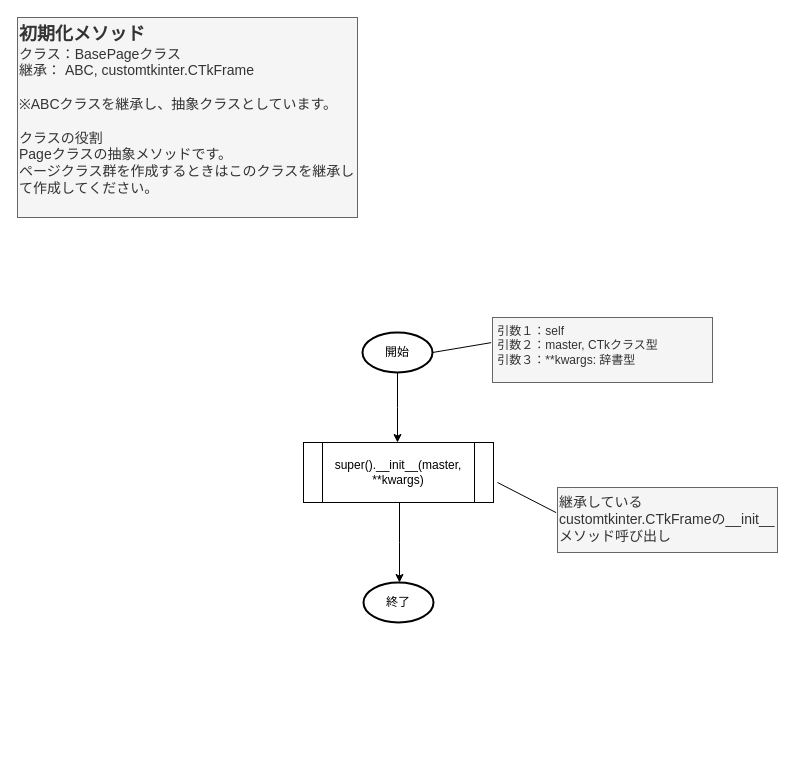
The draw.io diagram 設計/フロー図/pages.py/__init__(BasePageクラス).drawio in homan05872/Template_customtkinter_mvc, before the edit. Source tidied: cells renumbered, new cells numbered last; positions are measured from the earlier drawing's top-left corner, leaving out a move shared by most shapes. Both pictures are drawn from the tidied source at 100%, with x=0, y=0 at pixel (17, 17).
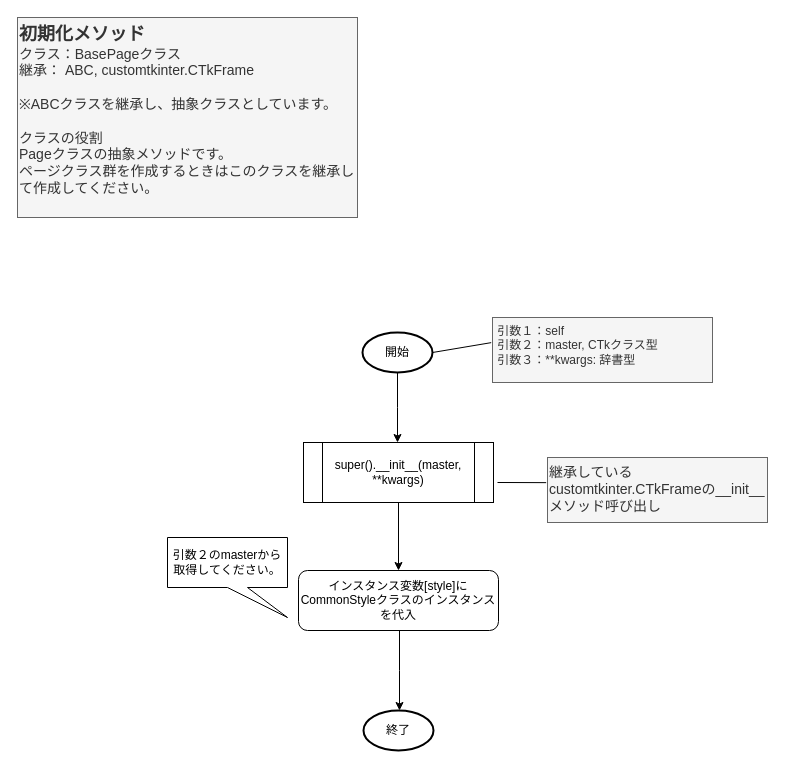
The same diagram, later.

The edit, as a diff of the source:
```diff
@@
 <mxGraphModel>
   <root>
     <mxCell id="0" />
     <mxCell id="1" parent="0" />
     <mxCell id="2" style="edgeStyle=orthogonalEdgeStyle;rounded=0;jettySize=auto;html=1;" parent="1" edge="1" source="3">
       <mxGeometry relative="1" as="geometry">
         <mxPoint x="380" y="425" as="targetPoint" />
       </mxGeometry>
     </mxCell>
     <mxCell id="3" value="開始" style="strokeWidth=2;html=1;shape=mxgraph.flowchart.start_1;whiteSpace=wrap;" parent="1" vertex="1">
       <mxGeometry x="345" y="315" width="70" height="40" as="geometry" />
     </mxCell>
-    <mxCell id="4" style="edgeStyle=orthogonalEdgeStyle;rounded=0;orthogonalLoop=1;jettySize=auto;html=1;" parent="1" edge="1">
-      <mxGeometry relative="1" as="geometry">
-        <mxPoint x="382" y="485" as="sourcePoint" />
-        <mxPoint x="382" y="565" as="targetPoint" />
-        <Array as="points">
-          <mxPoint x="382" y="525" />
-          <mxPoint x="382" y="525" />
-        </Array>
-      </mxGeometry>
-    </mxCell>
     <mxCell id="5" style="rounded=0;jettySize=auto;html=1;entryX=1;entryY=0.25;entryDx=0;entryDy=0;exitX=-0.006;exitY=0.387;exitDx=0;exitDy=0;exitPerimeter=0;endArrow=none;endFill=0;" parent="1" edge="1" source="6">
       <mxGeometry relative="1" as="geometry">
         <mxPoint x="480" y="465" as="targetPoint" />
       </mxGeometry>
     </mxCell>
     <mxCell id="6" value="&lt;span style=&quot;font-size: 14px;&quot;&gt;継承しているcustomtkinter.CTkFrameの__init__メソッド呼び出し&lt;/span&gt;" style="text;html=1;align=left;verticalAlign=top;whiteSpace=wrap;rounded=0;fillColor=#f5f5f5;fontColor=#333333;strokeColor=#666666;" parent="1" vertex="1">
-      <mxGeometry x="540" y="470" width="220" height="65" as="geometry" />
+      <mxGeometry x="530" y="440" width="220" height="65" as="geometry" />
     </mxCell>
-    <mxCell id="7" value="終了" style="strokeWidth=2;html=1;shape=mxgraph.flowchart.start_1;whiteSpace=wrap;" parent="1" vertex="1">
-      <mxGeometry x="346" y="565" width="70" height="40" as="geometry" />
-    </mxCell>
     <mxCell id="8" value="&lt;b style=&quot;&quot;&gt;&lt;font style=&quot;&quot;&gt;&lt;font style=&quot;font-size: 18px;&quot;&gt;初期化メソッド&lt;/font&gt;&lt;/font&gt;&lt;/b&gt;&lt;div&gt;&lt;font style=&quot;font-size: 14px;&quot;&gt;クラス：BasePageクラス&lt;/font&gt;&lt;/div&gt;&lt;div&gt;&lt;div style=&quot;font-size: 14px;&quot;&gt;&lt;font style=&quot;font-size: 14px;&quot;&gt;継承： ABC, customtkinter.CTkFrame&lt;/font&gt;&lt;/div&gt;&lt;/div&gt;&lt;div style=&quot;font-size: 14px;&quot;&gt;&lt;font style=&quot;font-size: 14px;&quot;&gt;&lt;br&gt;&lt;/font&gt;&lt;/div&gt;&lt;div style=&quot;font-size: 14px;&quot;&gt;&lt;font style=&quot;font-size: 14px;&quot;&gt;※ABCクラスを継承し、抽象クラスとしています。&lt;br&gt;&lt;/font&gt;&lt;/div&gt;&lt;div style=&quot;font-size: 14px;&quot;&gt;&lt;font style=&quot;font-size: 14px;&quot;&gt;&lt;br&gt;&lt;/font&gt;&lt;/div&gt;&lt;div style=&quot;font-size: 14px;&quot;&gt;&lt;font style=&quot;font-size: 14px;&quot;&gt;クラスの役割&lt;/font&gt;&lt;/div&gt;&lt;div style=&quot;font-size: 14px;&quot;&gt;Pageクラスの抽象メソッドです。&lt;/div&gt;&lt;div style=&quot;font-size: 14px;&quot;&gt;ページクラス群を作成するときはこのクラスを継承して作成してください。&lt;/div&gt;" style="text;html=1;align=left;verticalAlign=top;whiteSpace=wrap;rounded=0;fillColor=#f5f5f5;fontColor=#333333;strokeColor=#666666;" parent="1" vertex="1">
       <mxGeometry width="340" height="200" as="geometry" />
     </mxCell>
     <mxCell id="9" style="rounded=0;jettySize=auto;html=1;entryX=1;entryY=0.5;entryDx=0;entryDy=0;exitX=-0.006;exitY=0.387;exitDx=0;exitDy=0;exitPerimeter=0;endArrow=none;endFill=0;entryPerimeter=0;" parent="1" edge="1" source="10" target="3">
       <mxGeometry relative="1" as="geometry" />
     </mxCell>
     <mxCell id="10" value="&amp;nbsp;引数１：self&lt;div&gt;&amp;nbsp;引数２：&lt;span style=&quot;background-color: initial;&quot;&gt;master, CTkクラス型&lt;/span&gt;&lt;/div&gt;&lt;div&gt;&lt;div&gt;&amp;nbsp;引数３：**kwargs: 辞書型&lt;br&gt;&lt;/div&gt;&lt;/div&gt;" style="text;html=1;align=left;verticalAlign=top;whiteSpace=wrap;rounded=0;fillColor=#f5f5f5;fontColor=#333333;strokeColor=#666666;" parent="1" vertex="1">
       <mxGeometry x="475" y="300" width="220" height="65" as="geometry" />
     </mxCell>
+    <mxCell id="12" style="edgeStyle=none;html=1;exitX=0.5;exitY=1;exitDx=0;exitDy=0;" parent="1" edge="1" source="11" target="14">
+      <mxGeometry relative="1" as="geometry" />
+    </mxCell>
     <mxCell id="11" value="super().__init__(master, **kwargs)" style="shape=process;whiteSpace=wrap;html=1;backgroundOutline=1;" parent="1" vertex="1">
       <mxGeometry x="286" y="425" width="190" height="60" as="geometry" />
     </mxCell>
+    <mxCell id="13" style="edgeStyle=orthogonalEdgeStyle;rounded=0;orthogonalLoop=1;jettySize=auto;html=1;" parent="1" edge="1">
+      <mxGeometry relative="1" as="geometry">
+        <mxPoint x="382" y="613" as="sourcePoint" />
+        <mxPoint x="382" y="693" as="targetPoint" />
+        <Array as="points">
+          <mxPoint x="382" y="653" />
+          <mxPoint x="382" y="653" />
+        </Array>
+      </mxGeometry>
+    </mxCell>
+    <mxCell id="7" value="終了" style="strokeWidth=2;html=1;shape=mxgraph.flowchart.start_1;whiteSpace=wrap;" parent="1" vertex="1">
+      <mxGeometry x="346" y="693" width="70" height="40" as="geometry" />
+    </mxCell>
+    <mxCell id="14" value="インスタンス変数[style]にCommonStyleクラスのインスタンスを代入" style="rounded=1;whiteSpace=wrap;html=1;" parent="1" vertex="1">
+      <mxGeometry x="281" y="553" width="200" height="60" as="geometry" />
+    </mxCell>
+    <mxCell id="15" value="引数２のmasterから&lt;br&gt;取得してください。" style="shape=callout;whiteSpace=wrap;html=1;perimeter=calloutPerimeter;position2=1;" parent="1" vertex="1">
+      <mxGeometry x="150" y="520" width="120" height="80" as="geometry" />
+    </mxCell>
   </root>
 </mxGraphModel>
```
